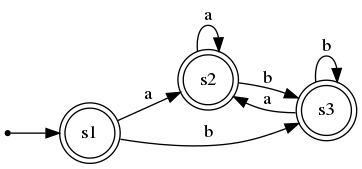
The Graphviz diagram img/dfa.gv.png in vrnch/RE2FA, before a commit. Its source is kept beside it as img/dfa.gv. The source it was exported from:
```dot
digraph deterministic_finite_automaton {
	rankdir=LR
	node [shape=doublecircle]
	s1
	s2
	s3
	node [shape=circle]
	s1 -> s2 [label=a]
	s1 -> s3 [label=b]
	s3 -> s2 [label=a]
	s3 -> s3 [label=b]
	s2 -> s2 [label=a]
	s2 -> s3 [label=b]
	node [shape=point]
	"" -> s1
}
```
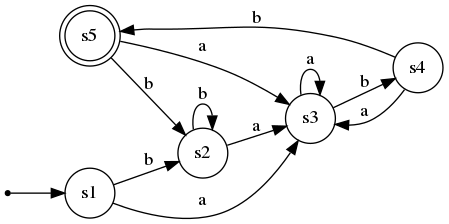
Later version of the same file.

Change to the diagram source:
```diff
@@ -1,16 +1,18 @@
 digraph deterministic_finite_automaton {
 	rankdir=LR
 	node [shape=doublecircle]
-	s1
-	s2
-	s3
+	s5
 	node [shape=circle]
-	s1 -> s2 [label=a]
-	s1 -> s3 [label=b]
-	s3 -> s2 [label=a]
-	s3 -> s3 [label=b]
-	s2 -> s2 [label=a]
-	s2 -> s3 [label=b]
+	s1 -> s2 [label=b]
+	s1 -> s3 [label=a]
+	s3 -> s4 [label=b]
+	s3 -> s3 [label=a]
+	s4 -> s5 [label=b]
+	s4 -> s3 [label=a]
+	s5 -> s2 [label=b]
+	s5 -> s3 [label=a]
+	s2 -> s2 [label=b]
+	s2 -> s3 [label=a]
 	node [shape=point]
 	"" -> s1
 }
```
